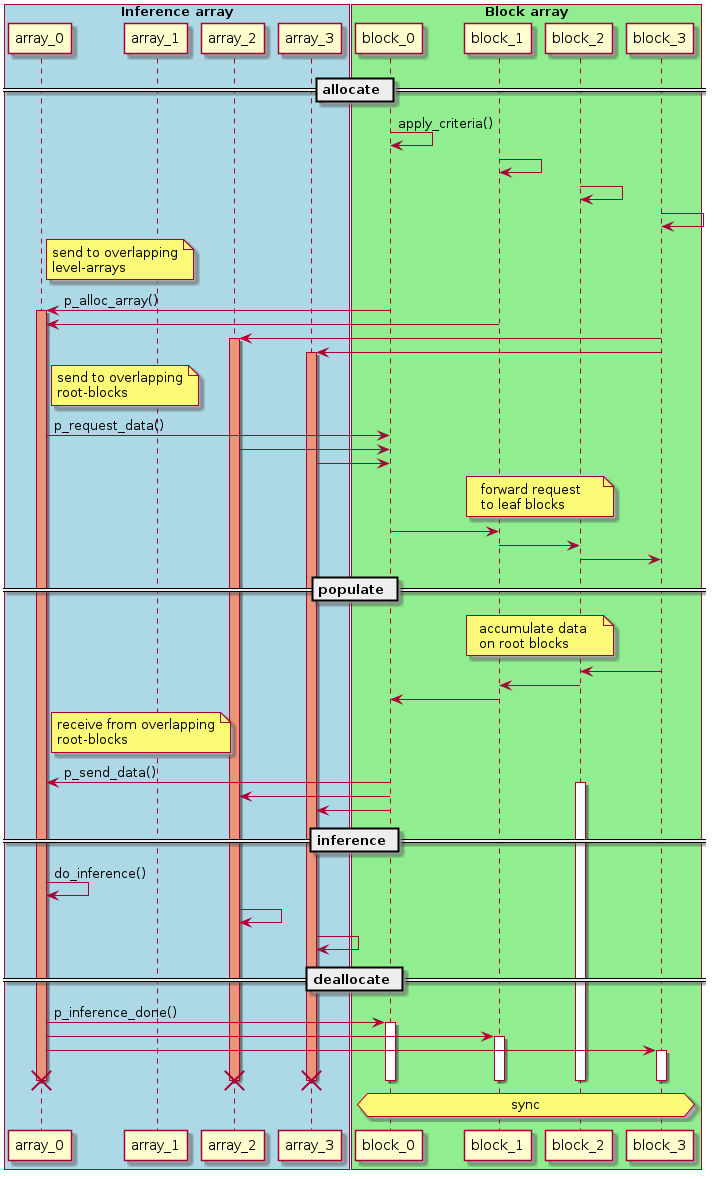
Before: doc/source/design/inference-array.png, a diagram exported from PlantUML (enzo-project/enzo-e).
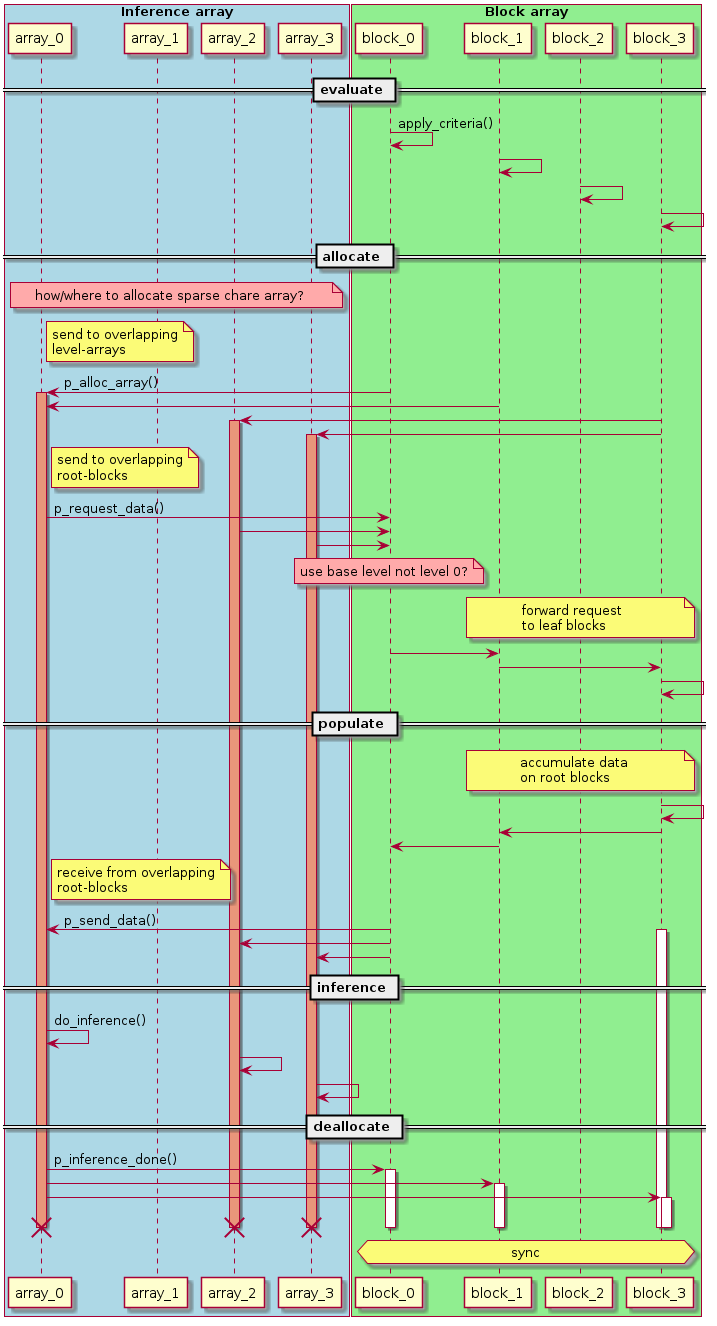
Later version of the same file.

Commit message:
Added text design draft to inference array docs

What changed in the source:
```diff
@@ -14,12 +14,16 @@
 participant block_3 as b3
 end box
 
-== allocate ==
+== evaluate ==
 
 b0 -> b0 : apply_criteria()
 b1 -> b1
 b2 -> b2
 b3 -> b3
+
+== allocate ==
+
+note over a0,a3 #FFAAAA: how/where to allocate sparse chare array?
 
 note right a0: send to overlapping\nlevel-arrays
 b0 -> a0 : p_alloc_array()
@@ -36,21 +40,23 @@
 a2 -> b0
 a3 -> b0
 
-note over b1,b2: forward request \nto leaf blocks
+note over b0 #FFAAAA: use base level not level 0?
+
+note over b1,b3: forward request \nto leaf blocks
 b0 -> b1
-b1 -> b2
-b2 -> b3
+b1 -> b3
+b3 -> b3
 == populate ==
 
-note over b1,b2: accumulate data\non root blocks
-b2 <- b3
-b1 <- b2
+note over b1,b3: accumulate data\non root blocks
+b3 <- b3
+b1 <- b3
 b0 <- b1
 
 note right a0: receive from overlapping\nroot-blocks
 b0 -> a0 : p_send_data()
 
-activate b2
+activate b3
 
 b0 -> a2
 b0 -> a3
@@ -77,7 +83,7 @@
 destroy a3
 deactivate b0
 deactivate b1
-deactivate b2
+deactivate b3
 deactivate b3
 hnote over b0, b3 : sync
 
```
